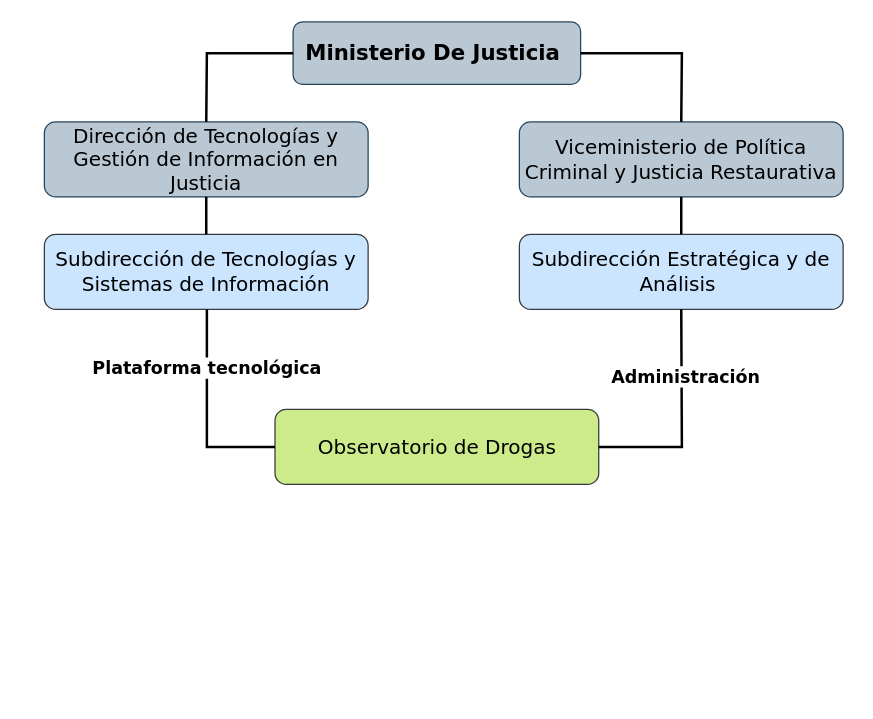
The draw.io diagram MinJusticia.drawio in luisedchaf/Drawio, before the edit. Source tidied: cells renumbered, new cells numbered last; positions are measured from the earlier drawing's top-left corner, leaving out a move shared by most shapes. Both pictures are drawn from the tidied source at 125%, with x=0, y=0 at pixel (44, 21).
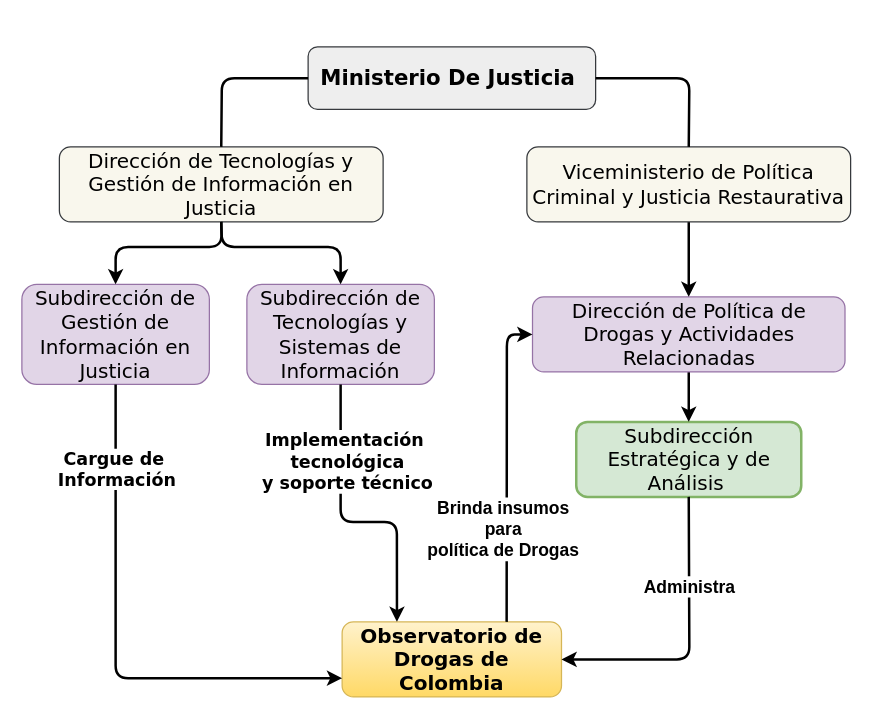
The same diagram, later.

Change to the diagram source:
```diff
@@
-    <mxCell id="2" value="&lt;font style=&quot;font-size: 17px;&quot; face=&quot;Verdana&quot;&gt;&lt;b&gt;Ministerio De Justicia&amp;nbsp;&lt;/b&gt;&lt;/font&gt;" style="rounded=1;whiteSpace=wrap;html=1;fillColor=#bac8d3;strokeColor=#23445d;" parent="1" vertex="1">
-      <mxGeometry x="199" width="230" height="50" as="geometry" />
+    <mxCell id="2" value="&lt;font style=&quot;font-size: 17px;&quot; face=&quot;Verdana&quot;&gt;&lt;b&gt;Ministerio De Justicia&amp;nbsp;&lt;/b&gt;&lt;/font&gt;" style="rounded=1;whiteSpace=wrap;html=1;fillColor=#eeeeee;strokeColor=#36393d;" parent="1" vertex="1">
+      <mxGeometry x="211" y="20" width="230" height="50" as="geometry" />
     </mxCell>
-    <mxCell id="3" value="&lt;font style=&quot;font-size: 16px;&quot; face=&quot;Verdana&quot;&gt;Dirección de Tecnologías y Gestión de Información en Justicia&lt;/font&gt;" style="rounded=1;whiteSpace=wrap;html=1;fillColor=#bac8d3;strokeColor=#23445d;" parent="1" vertex="1">
-      <mxGeometry y="80" width="259" height="60" as="geometry" />
+    <mxCell id="3" value="&lt;font style=&quot;font-size: 16px;&quot; face=&quot;Verdana&quot;&gt;Dirección de Tecnologías y Gestión de Información en Justicia&lt;/font&gt;" style="rounded=1;whiteSpace=wrap;html=1;fillColor=#f9f7ed;strokeColor=#36393d;" parent="1" vertex="1">
+      <mxGeometry x="12" y="100" width="259" height="60" as="geometry" />
     </mxCell>
+    <mxCell id="16" value="&lt;font style=&quot;font-size: 16px;&quot;&gt;Subdirección de Gestión de Información en Justicia&lt;/font&gt;" style="rounded=1;whiteSpace=wrap;html=1;fillColor=#e1d5e7;strokeColor=#9673a6;fontFamily=Verdana;" parent="1" vertex="1">
+      <mxGeometry x="-18" y="210" width="150" height="80" as="geometry" />
+    </mxCell>
+    <mxCell id="7" value="&lt;font style=&quot;font-size: 16px;&quot;&gt;Subdirección Estratégica y de Análisis&amp;nbsp;&lt;/font&gt;" style="rounded=1;whiteSpace=wrap;html=1;fillColor=#d5e8d4;strokeColor=#82b366;fontFamily=Verdana;strokeWidth=2;" parent="1" vertex="1">
+      <mxGeometry x="425.5" y="320" width="180" height="60" as="geometry" />
+    </mxCell>
+    <mxCell id="9" style="endArrow=none;html=1;rounded=1;entryX=0;entryY=0.5;entryDx=0;entryDy=0;exitX=0.5;exitY=0;exitDx=0;exitDy=0;strokeWidth=2;curved=0;" parent="1" edge="1" source="3" target="2">
+      <mxGeometry relative="1" as="geometry">
+        <Array as="points">
+          <mxPoint x="142" y="45" />
+        </Array>
+      </mxGeometry>
+    </mxCell>
+    <mxCell id="17" value="&lt;font style=&quot;font-size: 16px;&quot;&gt;&lt;b&gt;Observatorio de Drogas de Colombia&lt;/b&gt;&lt;/font&gt;" style="rounded=1;whiteSpace=wrap;html=1;fillColor=#fff2cc;strokeColor=#d6b656;fontFamily=Verdana;gradientColor=#ffd966;" parent="1" vertex="1">
+      <mxGeometry x="238.2" y="480" width="175.5" height="60" as="geometry" />
+    </mxCell>
+    <mxCell id="18" style="edgeStyle=orthogonalEdgeStyle;rounded=0;jettySize=auto;html=1;strokeWidth=2;" parent="1" edge="1" source="19" target="7">
+      <mxGeometry relative="1" as="geometry" />
+    </mxCell>
+    <mxCell id="19" value="&lt;font style=&quot;font-size: 16px;&quot;&gt;Dirección de Política de Drogas y Actividades Relacionadas&lt;/font&gt;" style="rounded=1;whiteSpace=wrap;html=1;fillColor=#e1d5e7;strokeColor=#9673a6;fontFamily=Verdana;" parent="1" vertex="1">
+      <mxGeometry x="390.5" y="220" width="250" height="60" as="geometry" />
+    </mxCell>
-    <mxCell id="4" value="&lt;font style=&quot;font-size: 16px;&quot;&gt;Subdirección de Tecnologías y Sistemas de Información&lt;/font&gt;" style="rounded=1;whiteSpace=wrap;html=1;fillColor=#cce5ff;strokeColor=#36393d;fontFamily=Verdana;" parent="1" vertex="1">
-      <mxGeometry y="170" width="259" height="60" as="geometry" />
+    <mxCell id="4" value="&lt;font style=&quot;font-size: 16px;&quot;&gt;Subdirección de Tecnologías y Sistemas de Información&lt;/font&gt;" style="rounded=1;whiteSpace=wrap;html=1;fillColor=#e1d5e7;strokeColor=#9673a6;fontFamily=Verdana;" parent="1" vertex="1">
+      <mxGeometry x="162" y="210" width="150" height="80" as="geometry" />
     </mxCell>
-    <mxCell id="5" style="endArrow=none;html=1;rounded=0;exitX=0.5;exitY=0;exitDx=0;exitDy=0;entryX=0.5;entryY=1;entryDx=0;entryDy=0;fontSize=12;strokeWidth=2;" parent="1" edge="1" source="4" target="3">
-      <mxGeometry relative="1" as="geometry" />
-    </mxCell>
+    <mxCell id="20" style="endArrow=classic;html=1;rounded=1;exitX=0.5;exitY=1;exitDx=0;exitDy=0;entryX=0.5;entryY=0;entryDx=0;entryDy=0;curved=0;strokeWidth=2;" parent="1" edge="1" source="3" target="4">
+      <mxGeometry relative="1" as="geometry">
+        <Array as="points">
+          <mxPoint x="142" y="180" />
+          <mxPoint x="237" y="180" />
+        </Array>
+      </mxGeometry>
+    </mxCell>
+    <mxCell id="21" style="endArrow=classic;html=1;rounded=1;exitX=0.5;exitY=1;exitDx=0;exitDy=0;entryX=0.5;entryY=0;entryDx=0;entryDy=0;strokeWidth=2;curved=0;" parent="1" edge="1" source="3" target="16">
+      <mxGeometry relative="1" as="geometry">
+        <Array as="points">
+          <mxPoint x="142" y="180" />
+          <mxPoint x="57" y="180" />
+        </Array>
+      </mxGeometry>
+    </mxCell>
+    <mxCell id="22" style="endArrow=classic;html=1;rounded=1;exitX=0.5;exitY=1;exitDx=0;exitDy=0;entryX=0.25;entryY=0;entryDx=0;entryDy=0;curved=0;strokeWidth=2;" parent="1" edge="1" source="4" target="17">
+      <mxGeometry relative="1" as="geometry">
+        <Array as="points">
+          <mxPoint x="237" y="400" />
+          <mxPoint x="282" y="400" />
+        </Array>
+      </mxGeometry>
+    </mxCell>
+    <mxCell id="23" value="&lt;span style=&quot;font-family: Verdana; font-size: 14px; font-weight: 700;&quot;&gt;Implementación&lt;/span&gt;&lt;br style=&quot;font-family: Verdana; font-size: 14px; font-weight: 700;&quot;&gt;&lt;span style=&quot;font-family: Verdana; font-size: 14px; font-weight: 700;&quot;&gt;&amp;nbsp;tecnológica&lt;/span&gt;&lt;br style=&quot;font-family: Verdana; font-size: 14px; font-weight: 700;&quot;&gt;&lt;span style=&quot;font-family: Verdana; font-size: 14px; font-weight: 700;&quot;&gt;&amp;nbsp;y soporte técnico&lt;/span&gt;" style="edgeLabel;html=1;align=center;verticalAlign=middle;" parent="22" vertex="1">
+      <mxGeometry x="-0.48" y="2" relative="1" as="geometry" />
+    </mxCell>
+    <mxCell id="24" style="endArrow=classic;html=1;rounded=1;exitX=0.5;exitY=1;exitDx=0;exitDy=0;entryX=0;entryY=0.75;entryDx=0;entryDy=0;curved=0;strokeWidth=2;" parent="1" edge="1" source="16" target="17">
+      <mxGeometry relative="1" as="geometry">
+        <Array as="points">
+          <mxPoint x="57" y="525" />
+        </Array>
+      </mxGeometry>
+    </mxCell>
+    <mxCell id="25" value="&lt;font face=&quot;Verdana&quot;&gt;&lt;span style=&quot;font-size: 14px;&quot;&gt;&lt;b&gt;Cargue de&amp;nbsp;&lt;br&gt;Información&lt;/b&gt;&lt;/span&gt;&lt;/font&gt;" style="edgeLabel;html=1;align=center;verticalAlign=middle;" parent="24" vertex="1">
+      <mxGeometry x="-0.68" relative="1" as="geometry" />
+    </mxCell>
+    <mxCell id="26" style="edgeStyle=orthogonalEdgeStyle;rounded=0;jettySize=auto;html=1;strokeWidth=2;" parent="1" edge="1" source="6" target="19">
+      <mxGeometry relative="1" as="geometry" />
+    </mxCell>
-    <mxCell id="6" value="&lt;font style=&quot;font-size: 16px;&quot; face=&quot;Verdana&quot;&gt;Viceministerio de Política Criminal y Justicia Restaurativa&lt;/font&gt;" style="rounded=1;whiteSpace=wrap;html=1;fillColor=#bac8d3;strokeColor=#23445d;" parent="1" vertex="1">
-      <mxGeometry x="380" y="80" width="259" height="60" as="geometry" />
+    <mxCell id="6" value="&lt;span style=&quot;font-family: Verdana; font-size: 16px;&quot;&gt;Viceministerio de Política Criminal y Justicia Restaurativa&lt;/span&gt;" style="rounded=1;whiteSpace=wrap;html=1;fillColor=#f9f7ed;strokeColor=#36393d;" parent="1" vertex="1">
+      <mxGeometry x="386" y="100" width="259" height="60" as="geometry" />
     </mxCell>
-    <mxCell id="7" value="&lt;font style=&quot;font-size: 16px;&quot;&gt;Subdirección Estratégica y de Análisis&amp;nbsp;&lt;/font&gt;" style="rounded=1;whiteSpace=wrap;html=1;fillColor=#cce5ff;strokeColor=#36393d;fontFamily=Verdana;" parent="1" vertex="1">
-      <mxGeometry x="380" y="170" width="259" height="60" as="geometry" />
-    </mxCell>
-    <mxCell id="8" style="endArrow=none;html=1;rounded=0;exitX=0.5;exitY=0;exitDx=0;exitDy=0;entryX=0.5;entryY=1;entryDx=0;entryDy=0;fontSize=12;strokeWidth=2;" parent="1" edge="1" source="7" target="6">
-      <mxGeometry relative="1" as="geometry" />
-    </mxCell>
-    <mxCell id="9" style="endArrow=none;html=1;rounded=0;entryX=0;entryY=0.5;entryDx=0;entryDy=0;exitX=0.5;exitY=0;exitDx=0;exitDy=0;strokeWidth=2;" parent="1" edge="1" source="3" target="2">
-      <mxGeometry relative="1" as="geometry">
-        <Array as="points">
-          <mxPoint x="130" y="25" />
-        </Array>
-      </mxGeometry>
-    </mxCell>
-    <mxCell id="10" style="endArrow=none;html=1;rounded=0;entryX=1;entryY=0.5;entryDx=0;entryDy=0;exitX=0.5;exitY=0;exitDx=0;exitDy=0;strokeWidth=2;" parent="1" edge="1" source="6" target="2">
+    <mxCell id="10" style="endArrow=none;html=1;rounded=1;entryX=1;entryY=0.5;entryDx=0;entryDy=0;exitX=0.5;exitY=0;exitDx=0;exitDy=0;strokeWidth=2;curved=0;" parent="1" edge="1" source="6" target="2">
       <mxGeometry relative="1" as="geometry">
         <Array as="points">
-          <mxPoint x="510" y="25" />
+          <mxPoint x="516" y="45" />
         </Array>
       </mxGeometry>
     </mxCell>
-    <mxCell id="11" value="&lt;font style=&quot;font-size: 16px;&quot;&gt;Observatorio de Drogas&lt;/font&gt;" style="rounded=1;whiteSpace=wrap;html=1;fillColor=#cdeb8b;strokeColor=#36393d;fontFamily=Verdana;" parent="1" vertex="1">
-      <mxGeometry x="184.5" y="310" width="259" height="60" as="geometry" />
-    </mxCell>
-    <mxCell id="12" style="endArrow=none;html=1;rounded=0;exitX=0;exitY=0.5;exitDx=0;exitDy=0;strokeWidth=2;" parent="1" edge="1" source="11">
-      <mxGeometry relative="1" as="geometry">
-        <mxPoint x="130" y="230" as="targetPoint" />
-        <Array as="points">
-          <mxPoint x="130" y="340" />
-        </Array>
-      </mxGeometry>
-    </mxCell>
-    <mxCell id="13" value="Plataforma tecnológica" style="edgeLabel;html=1;align=center;verticalAlign=middle;fontSize=14;fontFamily=Verdana;fontStyle=1;" parent="12" vertex="1">
-      <mxGeometry x="0.43" y="1" relative="1" as="geometry" />
-    </mxCell>
-    <mxCell id="14" style="endArrow=none;html=1;rounded=0;exitX=1;exitY=0.5;exitDx=0;exitDy=0;entryX=0.5;entryY=1;entryDx=0;entryDy=0;strokeWidth=2;" parent="1" edge="1" source="11" target="7">
-      <mxGeometry relative="1" as="geometry">
-        <Array as="points">
-          <mxPoint x="510" y="340" />
-        </Array>
-      </mxGeometry>
-    </mxCell>
-    <mxCell id="15" value="Administración" style="edgeLabel;html=1;align=center;verticalAlign=middle;fontSize=14;fontStyle=1;fontFamily=Verdana;" parent="14" vertex="1">
-      <mxGeometry x="0.2" y="-3" relative="1" as="geometry">
-        <mxPoint y="-17" as="offset" />
-      </mxGeometry>
-    </mxCell>
+    <mxCell id="27" style="endArrow=classic;html=1;rounded=1;entryX=1;entryY=0.5;entryDx=0;entryDy=0;exitX=0.5;exitY=1;exitDx=0;exitDy=0;curved=0;strokeWidth=2;" parent="1" edge="1" source="7" target="17">
+      <mxGeometry relative="1" as="geometry">
+        <Array as="points">
+          <mxPoint x="516" y="510" />
+        </Array>
+      </mxGeometry>
+    </mxCell>
+    <mxCell id="28" value="&lt;font style=&quot;font-size: 14px;&quot;&gt;&lt;b&gt;Administra&lt;/b&gt;&lt;/font&gt;" style="edgeLabel;html=1;align=center;verticalAlign=middle;" parent="27" vertex="1">
+      <mxGeometry x="-0.38" relative="1" as="geometry" />
+    </mxCell>
+    <mxCell id="29" style="endArrow=classic;html=1;rounded=1;entryX=0;entryY=0.5;entryDx=0;entryDy=0;curved=0;strokeWidth=2;exitX=0.75;exitY=0;exitDx=0;exitDy=0;" parent="1" edge="1" source="17" target="19">
+      <mxGeometry relative="1" as="geometry">
+        <Array as="points">
+          <mxPoint x="370" y="250" />
+        </Array>
+      </mxGeometry>
+    </mxCell>
+    <mxCell id="30" value="&lt;font style=&quot;font-size: 14px;&quot;&gt;&lt;b&gt;Brinda insumos&lt;br&gt;para &lt;br&gt;política de Drogas&lt;/b&gt;&lt;/font&gt;" style="edgeLabel;html=1;align=center;verticalAlign=middle;" parent="29" vertex="1">
+      <mxGeometry x="-0.41" y="3" relative="1" as="geometry" />
+    </mxCell>
```
